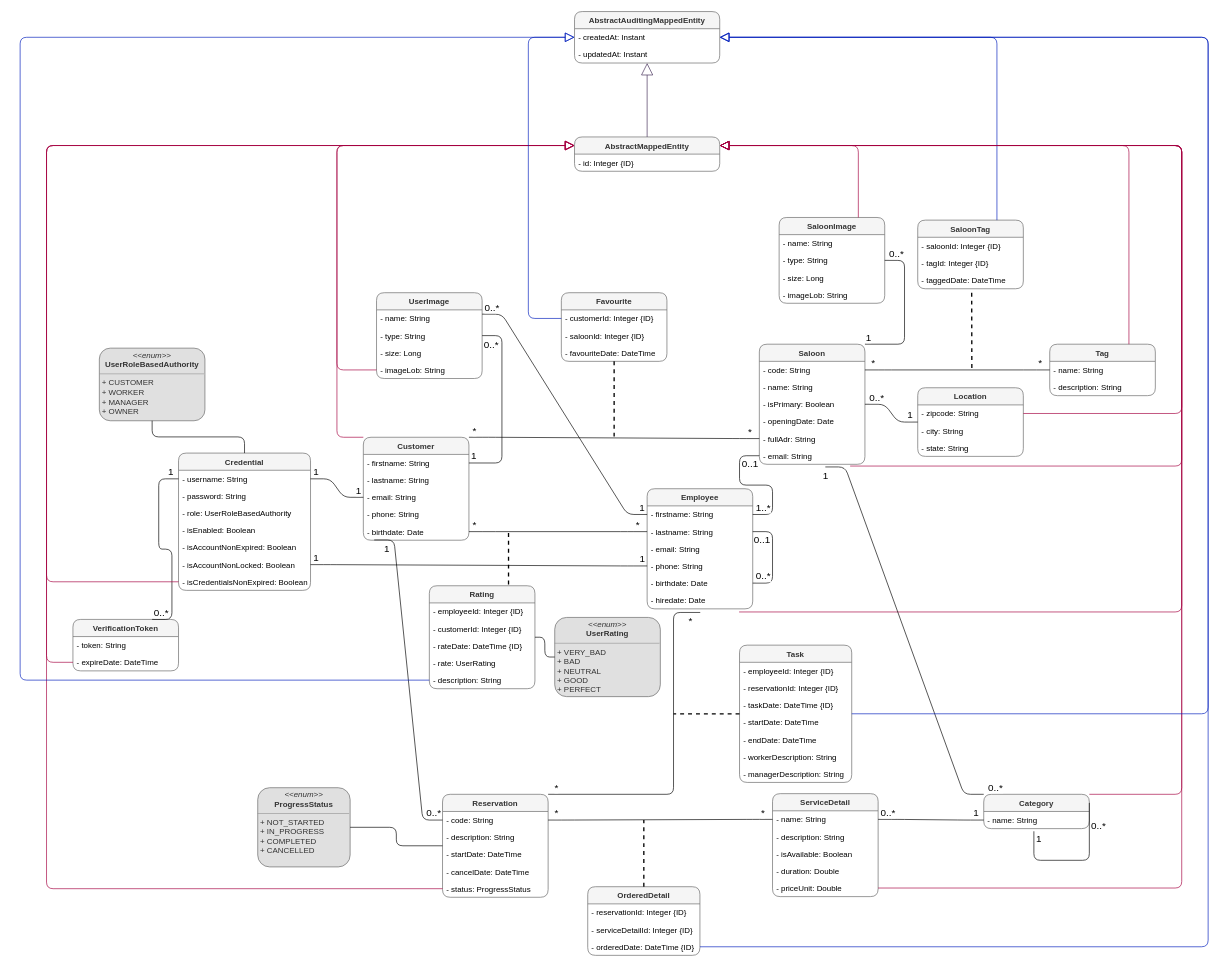
This is docs/doc/cita_class_diag.drawio from SelimHorri/atic-backend-app, a draw.io file, before an edit. Source tidied: cells renumbered, new cells numbered last; positions are measured from the earlier drawing's top-left corner, leaving out a move shared by most shapes. Both pictures are drawn from the tidied source at 66%, with x=0, y=0 at pixel (20, 11).
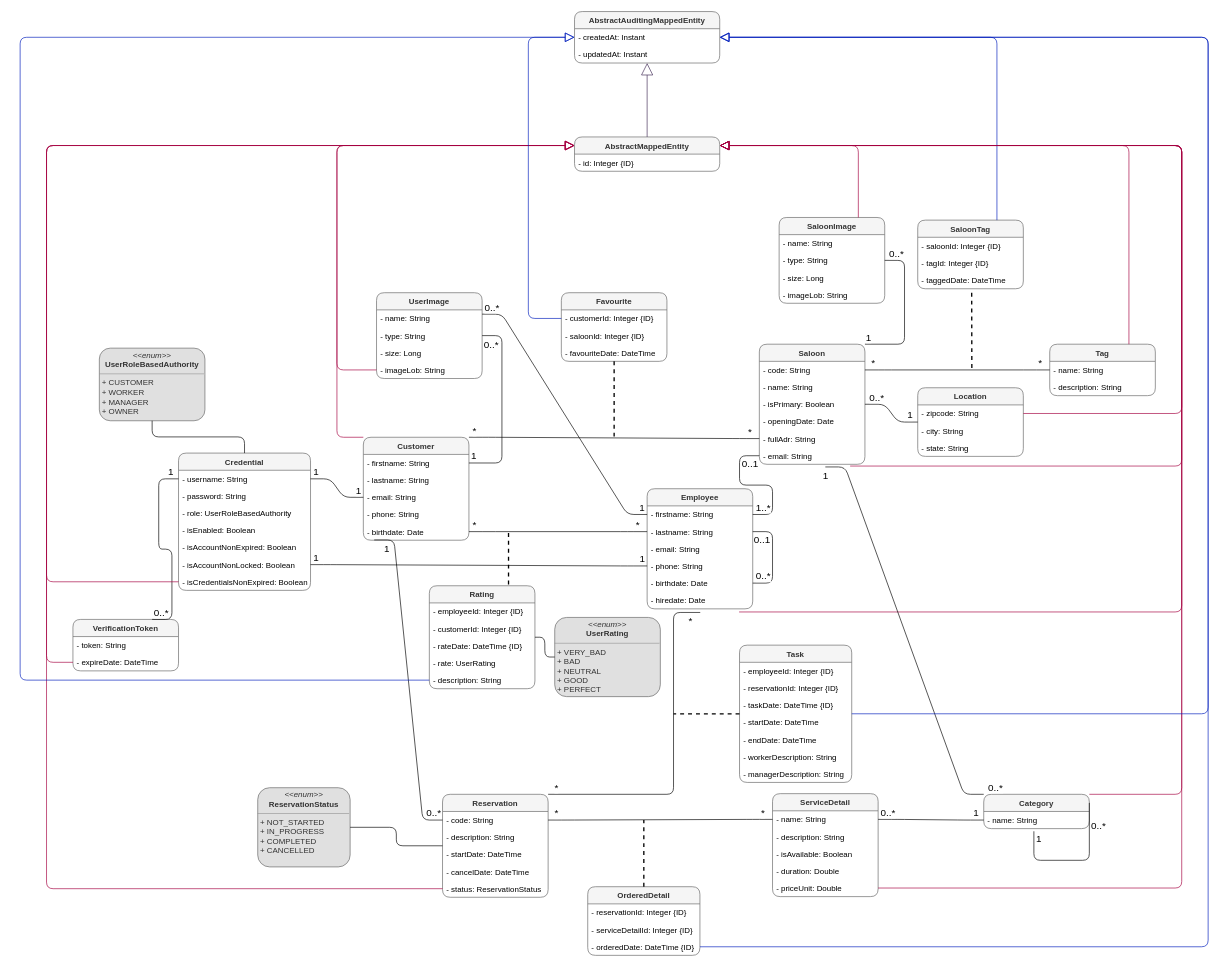
The same diagram, later.

The change refers to these unchanged cells:
```xml
<mxCell id="44" value="Reservation" style="swimlane;fontStyle=1;align=center;verticalAlign=top;horizontal=1;startSize=26;rounded=1;sketch=0;fillColor=#f5f5f5;fontColor=#333333;strokeColor=#666666;" parent="1" vertex="1">
  <mxGeometry x="640" y="1186" width="160" height="156" as="geometry" />
</mxCell>
```

What changed in the source:
```diff
@@
-    <mxCell id="49" value="- status: ProgressStatus" style="text;strokeColor=none;fillColor=none;align=left;verticalAlign=top;spacingLeft=4;spacingRight=4;overflow=hidden;points=[[0,0.5],[1,0.5]];portConstraint=eastwest;rounded=1;sketch=0;" parent="44" vertex="1">
+    <mxCell id="49" value="- status: ReservationStatus" style="text;strokeColor=none;fillColor=none;align=left;verticalAlign=top;spacingLeft=4;spacingRight=4;overflow=hidden;points=[[0,0.5],[1,0.5]];portConstraint=eastwest;rounded=1;sketch=0;" parent="44" vertex="1">
       <mxGeometry y="130" width="160" height="26" as="geometry" />
     </mxCell>
@@
-    <mxCell id="77" value="&lt;p style=&quot;margin: 0px ; margin-top: 4px ; text-align: center&quot;&gt;&lt;i&gt;&amp;lt;&amp;lt;enum&amp;gt;&amp;gt;&lt;/i&gt;&lt;br&gt;&lt;b&gt;ProgressStatus&lt;/b&gt;&lt;br&gt;&lt;/p&gt;&lt;hr size=&quot;1&quot;&gt;&lt;p style=&quot;margin: 0px ; margin-left: 4px&quot;&gt;+ NOT_STARTED&lt;br&gt;&lt;/p&gt;&lt;p style=&quot;margin: 0px ; margin-left: 4px&quot;&gt;+ IN_PROGRESS&lt;/p&gt;&lt;p style=&quot;margin: 0px ; margin-left: 4px&quot;&gt;+ COMPLETED&lt;/p&gt;&lt;p style=&quot;margin: 0px ; margin-left: 4px&quot;&gt;+ CANCELLED&lt;br&gt;&lt;/p&gt;" style="verticalAlign=top;align=left;overflow=fill;fontSize=12;fontFamily=Helvetica;html=1;rounded=1;fillColor=#E0E0E0;fontColor=#333333;strokeColor=#666666;" parent="1" vertex="1">
+    <mxCell id="77" value="&lt;p style=&quot;margin: 0px ; margin-top: 4px ; text-align: center&quot;&gt;&lt;i&gt;&amp;lt;&amp;lt;enum&amp;gt;&amp;gt;&lt;/i&gt;&lt;br&gt;&lt;b&gt;ReservationStatus&lt;/b&gt;&lt;br&gt;&lt;/p&gt;&lt;hr size=&quot;1&quot;&gt;&lt;p style=&quot;margin: 0px ; margin-left: 4px&quot;&gt;+ NOT_STARTED&lt;br&gt;&lt;/p&gt;&lt;p style=&quot;margin: 0px ; margin-left: 4px&quot;&gt;+ IN_PROGRESS&lt;/p&gt;&lt;p style=&quot;margin: 0px ; margin-left: 4px&quot;&gt;+ COMPLETED&lt;/p&gt;&lt;p style=&quot;margin: 0px ; margin-left: 4px&quot;&gt;+ CANCELLED&lt;br&gt;&lt;/p&gt;" style="verticalAlign=top;align=left;overflow=fill;fontSize=12;fontFamily=Helvetica;html=1;rounded=1;fillColor=#E0E0E0;fontColor=#333333;strokeColor=#666666;" parent="1" vertex="1">
       <mxGeometry x="360" y="1176" width="140" height="120" as="geometry" />
     </mxCell>
```
